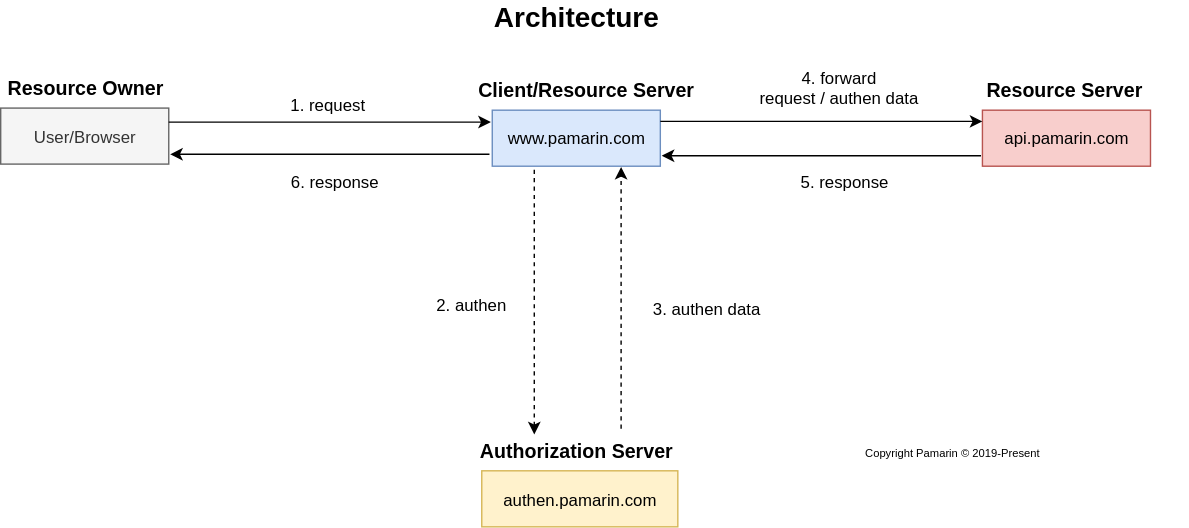
emeraldtechco/developer.pamarin.com keeps this draw.io diagram as document/authentication/authentication-architecture.svg. Above is the earlier version. Source tidied: cells renumbered, new cells last; positions are measured from the earlier drawing's top-left corner, leaving out a move shared by most shapes.
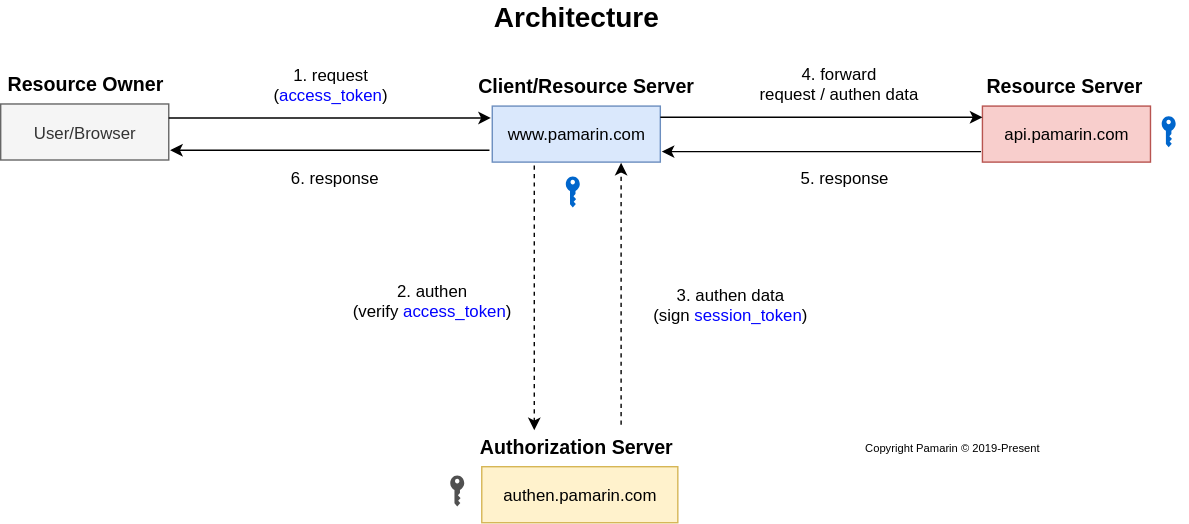
Above is the later version.

The edit, as a diff of the source:
```diff
@@ -3,7 +3,7 @@
     <mxCell id="0" />
     <mxCell id="1" parent="0" />
     <mxCell id="2" value="&lt;b&gt;&lt;font style=&quot;font-size: 20px&quot;&gt;Architecture&lt;/font&gt;&lt;/b&gt;" style="text;html=1;strokeColor=none;fillColor=none;align=center;verticalAlign=middle;whiteSpace=wrap;rounded=0;" parent="1" vertex="1">
-      <mxGeometry x="275.5" width="271" height="20" as="geometry" />
+      <mxGeometry x="275.5" y="3" width="271" height="20" as="geometry" />
     </mxCell>
     <mxCell id="3" value="User/Browser" style="rounded=0;whiteSpace=wrap;html=1;fillColor=#f5f5f5;strokeColor=#666666;fontColor=#333333;" parent="1" vertex="1">
       <mxGeometry y="75.7" width="120" height="40" as="geometry" />
@@ -68,14 +68,14 @@
     <mxCell id="17" value="6. response" style="text;html=1;strokeColor=none;fillColor=none;align=center;verticalAlign=middle;whiteSpace=wrap;rounded=0;" parent="1" vertex="1">
       <mxGeometry x="203" y="117.7" width="70" height="20" as="geometry" />
     </mxCell>
-    <mxCell id="18" value="1. request" style="text;html=1;strokeColor=none;fillColor=none;align=center;verticalAlign=middle;whiteSpace=wrap;rounded=0;" parent="1" vertex="1">
-      <mxGeometry x="203" y="62.7" width="60" height="20" as="geometry" />
+    <mxCell id="18" value="1. request (&lt;font color=&quot;#0000ff&quot;&gt;access_token&lt;/font&gt;)" style="text;html=1;strokeColor=none;fillColor=none;align=center;verticalAlign=middle;whiteSpace=wrap;rounded=0;" parent="1" vertex="1">
+      <mxGeometry x="186" y="50" width="100" height="24" as="geometry" />
     </mxCell>
-    <mxCell id="19" value="2. authen" style="text;html=1;strokeColor=none;fillColor=none;align=center;verticalAlign=middle;whiteSpace=wrap;rounded=0;" parent="1" vertex="1">
-      <mxGeometry x="303" y="205.7" width="66" height="20" as="geometry" />
+    <mxCell id="19" value="2. authen&lt;br&gt;(verify &lt;font color=&quot;#0000ff&quot;&gt;access_token&lt;/font&gt;)" style="text;html=1;strokeColor=none;fillColor=none;align=center;verticalAlign=middle;whiteSpace=wrap;rounded=0;" parent="1" vertex="1">
+      <mxGeometry x="246" y="206" width="123" height="20" as="geometry" />
     </mxCell>
-    <mxCell id="20" value="3. authen data" style="text;html=1;strokeColor=none;fillColor=none;align=center;verticalAlign=middle;whiteSpace=wrap;rounded=0;" parent="1" vertex="1">
-      <mxGeometry x="455" y="208.7" width="98" height="20" as="geometry" />
+    <mxCell id="20" value="3. authen data&lt;br&gt;(sign &lt;font color=&quot;#0000ff&quot;&gt;session_token&lt;/font&gt;)" style="text;html=1;strokeColor=none;fillColor=none;align=center;verticalAlign=middle;whiteSpace=wrap;rounded=0;" parent="1" vertex="1">
+      <mxGeometry x="455" y="209" width="131" height="20" as="geometry" />
     </mxCell>
     <mxCell id="21" value="4. forward &lt;br&gt;request / authen data" style="text;html=1;strokeColor=none;fillColor=none;align=center;verticalAlign=middle;whiteSpace=wrap;rounded=0;" parent="1" vertex="1">
       <mxGeometry x="523" y="50.7" width="150" height="20" as="geometry" />
@@ -86,5 +86,14 @@
     <mxCell id="23" value="&lt;font style=&quot;font-size: 8px&quot;&gt;Copyright Pamarin © 2019-Present&lt;/font&gt;" style="text;html=1;strokeColor=none;fillColor=none;align=center;verticalAlign=middle;whiteSpace=wrap;rounded=0;" parent="1" vertex="1">
       <mxGeometry x="543" y="309.7" width="271" height="20" as="geometry" />
     </mxCell>
+    <mxCell id="24" style="shadow=0;dashed=0;html=1;strokeColor=none;fillColor=#505050;labelPosition=center;verticalLabelPosition=bottom;verticalAlign=top;align=center;shape=mxgraph.office.security.key_permissions;" parent="1" vertex="1">
+      <mxGeometry x="321" y="341" width="10" height="22" as="geometry" />
+    </mxCell>
+    <mxCell id="25" style="shadow=0;dashed=0;html=1;strokeColor=none;fillColor=#0066CC;labelPosition=center;verticalLabelPosition=bottom;verticalAlign=top;align=center;shape=mxgraph.office.security.key_permissions;" parent="1" vertex="1">
+      <mxGeometry x="829" y="84.5" width="10" height="22" as="geometry" />
+    </mxCell>
+    <mxCell id="26" style="shadow=0;dashed=0;html=1;strokeColor=none;fillColor=#0066CC;labelPosition=center;verticalLabelPosition=bottom;verticalAlign=top;align=center;shape=mxgraph.office.security.key_permissions;" parent="1" vertex="1">
+      <mxGeometry x="403.5" y="127.5" width="10" height="22" as="geometry" />
+    </mxCell>
   </root>
 </mxGraphModel>
```
